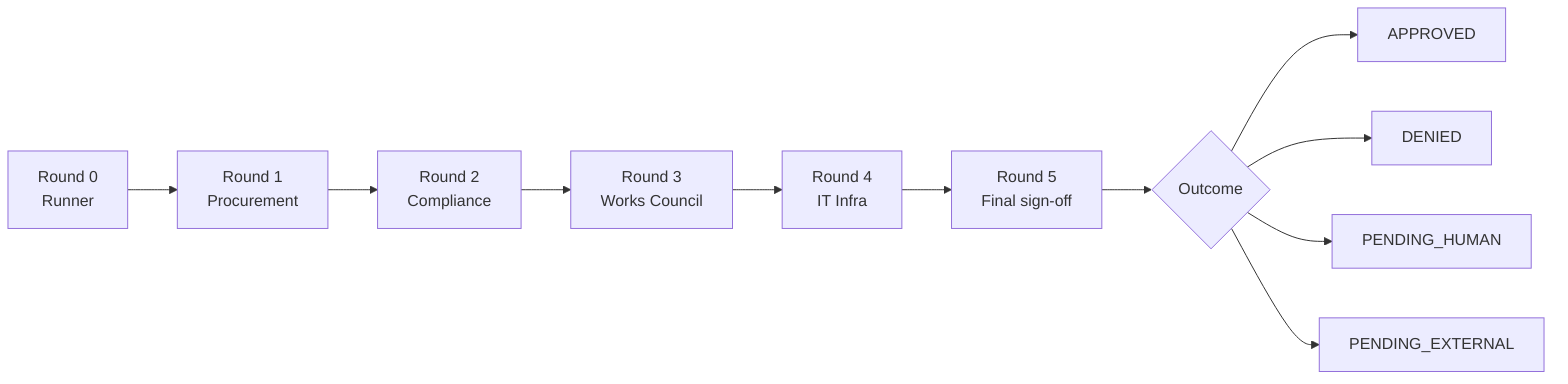
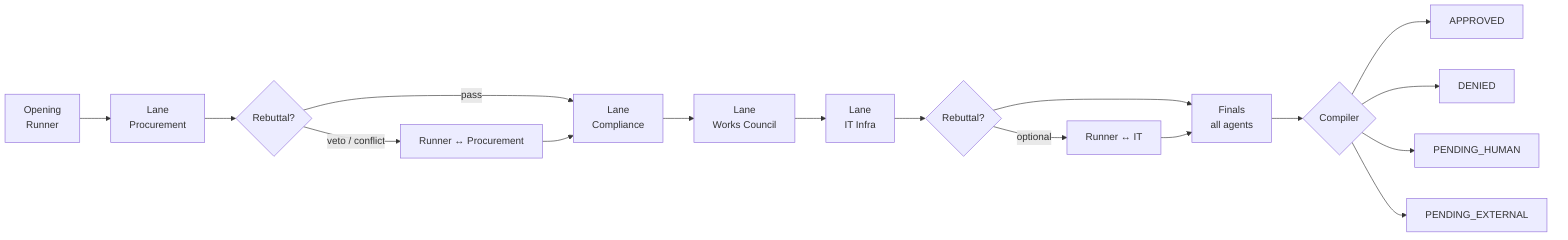
flowchart LR
-     R0["Round 0\nRunner"] --> R1["Round 1\nProcurement"]
-     R1 --> R2["Round 2\nCompliance"]
-     R2 --> R3["Round 3\nWorks Council"]
-     R3 --> R4["Round 4\nIT Infra"]
-     R4 --> R5["Round 5\nFinal sign-off"]
-     R5 --> OUT{Outcome}
+     R0["Opening\nRunner"] --> L1["Lane\nProcurement"]
+     L1 --> R1{Rebuttal?}
+     R1 -->|veto / conflict| RB1["Runner ↔ Procurement"]
+     R1 -->|pass| L2["Lane\nCompliance"]
+     RB1 --> L2
+     L2 --> L3["Lane\nWorks Council"]
+     L3 --> L4["Lane\nIT Infra"]
+     L4 --> R4{Rebuttal?}
+     R4 -->|optional| RB4["Runner ↔ IT"]
+     R4 --> F["Finals\nall agents"]
+     RB4 --> F
+     F --> OUT{Compiler}
    OUT --> APPROVED
    OUT --> DENIED
    OUT --> PENDING_HUMAN
    OUT --> PENDING_EXTERNAL
